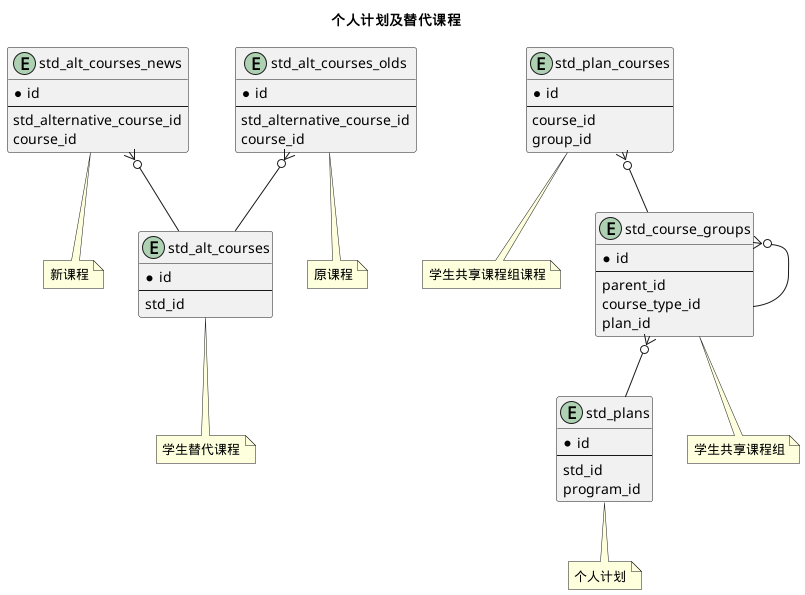
Before: model/edu/program/images/std_plan.png, a diagram exported from PlantUML (openurp/openurp.github.io). Its diagram source:
```plantuml
@startuml
title 个人计划及替代课程

entity std_alt_courses_news{
 * id
 --
  std_alternative_course_id
  course_id
}
note "新课程" as std_alt_courses_news_comments
std_alt_courses_news .. std_alt_courses_news_comments

entity std_plans{
 * id
 --
  std_id
  program_id
}
note "个人计划" as std_plans_comments
std_plans .. std_plans_comments

entity std_plan_courses{
 * id
 --
  course_id
  group_id
}
note "学生共享课程组课程" as std_plan_courses_comments
std_plan_courses .. std_plan_courses_comments

entity std_alt_courses{
 * id
 --
  std_id
}
note "学生替代课程" as std_alt_courses_comments
std_alt_courses .. std_alt_courses_comments

entity std_alt_courses_olds{
 * id
 --
  std_alternative_course_id
  course_id
}
note "原课程" as std_alt_courses_olds_comments
std_alt_courses_olds .. std_alt_courses_olds_comments

entity std_course_groups{
 * id
 --
  parent_id
  course_type_id
  plan_id
}
note "学生共享课程组" as std_course_groups_comments
std_course_groups .. std_course_groups_comments


   std_alt_courses_news }o--  std_alt_courses
   std_plan_courses }o--  std_course_groups
   std_alt_courses_olds }o--  std_alt_courses
   std_course_groups }o--  std_course_groups
   std_course_groups }o--  std_plans
@enduml
```
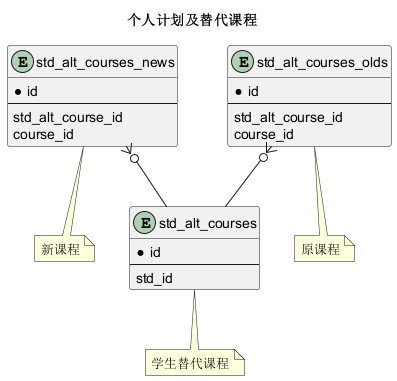
After the commit.

The edit, as a diff of the source:
```diff
@@ -4,29 +4,11 @@
 entity std_alt_courses_news{
  * id
  --
-  std_alternative_course_id
+  std_alt_course_id
   course_id
 }
 note "新课程" as std_alt_courses_news_comments
 std_alt_courses_news .. std_alt_courses_news_comments
-
-entity std_plans{
- * id
- --
-  std_id
-  program_id
-}
-note "个人计划" as std_plans_comments
-std_plans .. std_plans_comments
-
-entity std_plan_courses{
- * id
- --
-  course_id
-  group_id
-}
-note "学生共享课程组课程" as std_plan_courses_comments
-std_plan_courses .. std_plan_courses_comments
 
 entity std_alt_courses{
  * id
@@ -39,26 +21,13 @@
 entity std_alt_courses_olds{
  * id
  --
-  std_alternative_course_id
+  std_alt_course_id
   course_id
 }
 note "原课程" as std_alt_courses_olds_comments
 std_alt_courses_olds .. std_alt_courses_olds_comments
 
-entity std_course_groups{
- * id
- --
-  parent_id
-  course_type_id
-  plan_id
-}
-note "学生共享课程组" as std_course_groups_comments
-std_course_groups .. std_course_groups_comments
-
 
    std_alt_courses_news }o--  std_alt_courses
-   std_plan_courses }o--  std_course_groups
    std_alt_courses_olds }o--  std_alt_courses
-   std_course_groups }o--  std_course_groups
-   std_course_groups }o--  std_plans
 @enduml
```
